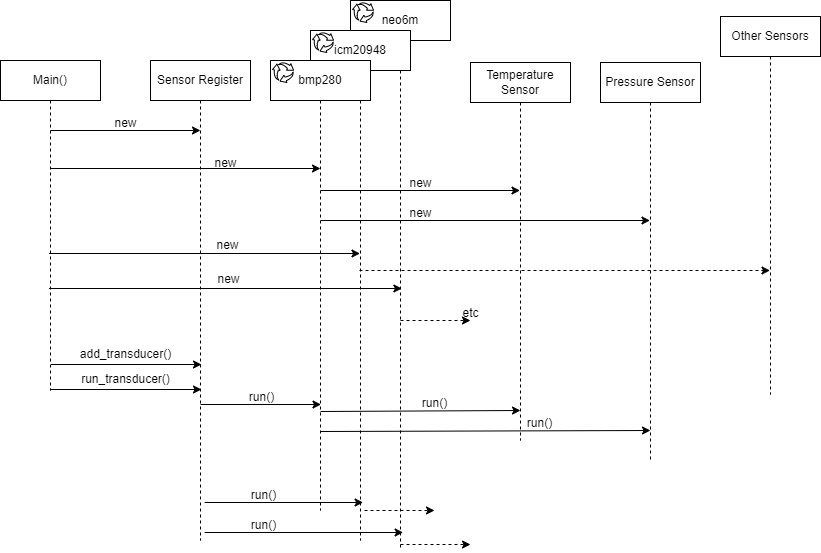
Before: slap/docs/report/technicalSolution/sensorRegisterSequence.drawio.png, a diagram exported from draw.io (SailoBam/slap). Source tidied: cells renumbered, new cells last; positions are measured from the earlier drawing's top-left corner, leaving out a move shared by most shapes.
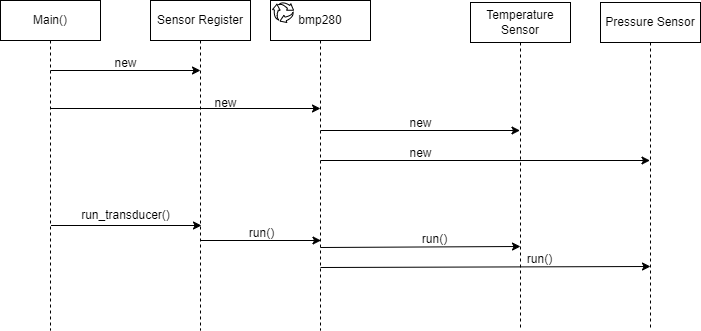
Above is the later version.

Change to the diagram source:
```diff
@@ -2,17 +2,11 @@
   <root>
     <mxCell id="0" />
     <mxCell id="1" parent="0" />
-    <mxCell id="2" value="neo6m" style="shape=umlLifeline;perimeter=lifelinePerimeter;whiteSpace=wrap;html=1;newEdgeStyle={&quot;curved&quot;:0,&quot;rounded&quot;:0};" parent="1" vertex="1">
-      <mxGeometry x="350" width="100" height="550" as="geometry" />
-    </mxCell>
-    <mxCell id="3" value="icm20948" style="shape=umlLifeline;perimeter=lifelinePerimeter;whiteSpace=wrap;html=1;outlineConnect=0;portConstraint=eastwest;newEdgeStyle={&quot;curved&quot;:0,&quot;rounded&quot;:0};" parent="1" vertex="1">
-      <mxGeometry x="310" y="30" width="100" height="510" as="geometry" />
-    </mxCell>
     <mxCell id="4" value="Main()&lt;span style=&quot;font-family: monospace; font-size: 0px; text-align: start; text-wrap-mode: nowrap;&quot;&gt;%3CmxGraphModel%3E%3Croot%3E%3CmxCell%20id%3D%220%22%2F%3E%3CmxCell%20id%3D%221%22%20parent%3D%220%22%2F%3E%3CmxCell%20id%3D%222%22%20value%3D%22Boat%20%2F%20BoatSIm%22%20style%3D%22shape%3DumlLifeline%3Bperimeter%3DlifelinePerimeter%3BwhiteSpace%3Dwrap%3Bhtml%3D1%3Bcontainer%3D1%3BdropTarget%3D0%3Bcollapsible%3D0%3BrecursiveResize%3D0%3BoutlineConnect%3D0%3BportConstraint%3Deastwest%3BnewEdgeStyle%3D%7B%26quot%3Bcurved%26quot%3B%3A0%2C%26quot%3Brounded%26quot%3B%3A0%7D%3B%22%20vertex%3D%221%22%20parent%3D%221%22%3E%3CmxGeometry%20x%3D%22110%22%20y%3D%2230%22%20width%3D%22100%22%20height%3D%22300%22%20as%3D%22geometry%22%2F%3E%3C%2FmxCell%3E%3C%2Froot%3E%3C%2FmxGraphModel%3E&lt;/span&gt;" style="shape=umlLifeline;perimeter=lifelinePerimeter;whiteSpace=wrap;html=1;outlineConnect=0;portConstraint=eastwest;newEdgeStyle={&quot;curved&quot;:0,&quot;rounded&quot;:0};" parent="1" vertex="1">
       <mxGeometry y="60" width="100" height="330" as="geometry" />
     </mxCell>
     <mxCell id="5" value="Sensor Register" style="shape=umlLifeline;perimeter=lifelinePerimeter;whiteSpace=wrap;html=1;newEdgeStyle={&quot;curved&quot;:0,&quot;rounded&quot;:0};" parent="1" vertex="1">
-      <mxGeometry x="150" y="60" width="100" height="480" as="geometry" />
+      <mxGeometry x="150" y="60" width="100" height="330" as="geometry" />
     </mxCell>
     <mxCell id="6" style="endArrow=classic;html=1;" parent="1" edge="1">
       <mxGeometry relative="1" as="geometry">
@@ -24,7 +18,7 @@
       <mxGeometry x="100" y="108" width="50" height="30" as="geometry" />
     </mxCell>
     <mxCell id="8" value="bmp280" style="shape=umlLifeline;perimeter=lifelinePerimeter;whiteSpace=wrap;html=1;newEdgeStyle={&quot;curved&quot;:0,&quot;rounded&quot;:0};" parent="1" vertex="1">
-      <mxGeometry x="270" y="60" width="100" height="450" as="geometry" />
+      <mxGeometry x="270" y="60" width="100" height="330" as="geometry" />
     </mxCell>
     <mxCell id="9" style="endArrow=classic;html=1;" parent="1" edge="1" source="4">
       <mxGeometry relative="1" as="geometry">
@@ -34,82 +28,32 @@
     <mxCell id="10" value="new" style="text;html=1;align=center;verticalAlign=middle;strokeColor=none;fillColor=none;" parent="1" vertex="1">
       <mxGeometry x="200" y="148" width="50" height="30" as="geometry" />
     </mxCell>
-    <mxCell id="11" style="endArrow=classic;html=1;" parent="1" edge="1" target="3">
-      <mxGeometry relative="1" as="geometry">
-        <mxPoint x="48.6" y="253" as="sourcePoint" />
-      </mxGeometry>
-    </mxCell>
-    <mxCell id="12" style="endArrow=classic;html=1;" parent="1" edge="1">
-      <mxGeometry relative="1" as="geometry">
-        <mxPoint x="48.6" y="288" as="sourcePoint" />
-        <mxPoint x="401.4" y="288" as="targetPoint" />
-      </mxGeometry>
-    </mxCell>
-    <mxCell id="13" value="new" style="text;html=1;align=center;verticalAlign=middle;strokeColor=none;fillColor=none;" parent="1" vertex="1">
-      <mxGeometry x="201.6" y="230" width="50" height="30" as="geometry" />
-    </mxCell>
-    <mxCell id="14" value="new" style="text;html=1;align=center;verticalAlign=middle;strokeColor=none;fillColor=none;" parent="1" vertex="1">
-      <mxGeometry x="202.6" y="264" width="50" height="30" as="geometry" />
-    </mxCell>
-    <mxCell id="15" style="endArrow=classic;html=1;" parent="1" edge="1">
-      <mxGeometry relative="1" as="geometry">
-        <mxPoint x="50.5" y="364" as="sourcePoint" />
-        <mxPoint x="201" y="364" as="targetPoint" />
-      </mxGeometry>
-    </mxCell>
-    <mxCell id="16" value="add_transducer()" style="text;html=1;align=center;verticalAlign=middle;strokeColor=none;fillColor=none;" parent="1" vertex="1">
-      <mxGeometry x="70" y="339" width="110" height="30" as="geometry" />
-    </mxCell>
     <mxCell id="17" style="endArrow=classic;html=1;" parent="1" edge="1">
       <mxGeometry relative="1" as="geometry">
-        <mxPoint x="50.5" y="389" as="sourcePoint" />
-        <mxPoint x="201" y="389" as="targetPoint" />
+        <mxPoint x="50.5" y="285" as="sourcePoint" />
+        <mxPoint x="201" y="285" as="targetPoint" />
       </mxGeometry>
     </mxCell>
     <mxCell id="18" value="run_transducer()" style="text;html=1;align=center;verticalAlign=middle;strokeColor=none;fillColor=none;" parent="1" vertex="1">
-      <mxGeometry x="70" y="364" width="110" height="30" as="geometry" />
+      <mxGeometry x="70" y="260" width="110" height="30" as="geometry" />
     </mxCell>
     <mxCell id="19" style="endArrow=classic;html=1;" parent="1" edge="1">
       <mxGeometry relative="1" as="geometry">
-        <mxPoint x="200" y="404" as="sourcePoint" />
-        <mxPoint x="320.5" y="404" as="targetPoint" />
+        <mxPoint x="200" y="300" as="sourcePoint" />
+        <mxPoint x="320.5" y="300" as="targetPoint" />
       </mxGeometry>
     </mxCell>
-    <mxCell id="20" style="endArrow=classic;html=1;" parent="1" edge="1">
-      <mxGeometry relative="1" as="geometry">
-        <mxPoint x="204.1" y="502" as="sourcePoint" />
-        <mxPoint x="362.6" y="502" as="targetPoint" />
-      </mxGeometry>
-    </mxCell>
-    <mxCell id="21" style="endArrow=classic;html=1;" parent="1" edge="1">
-      <mxGeometry relative="1" as="geometry">
-        <mxPoint x="204.1" y="532" as="sourcePoint" />
-        <mxPoint x="402.6" y="532" as="targetPoint" />
-      </mxGeometry>
-    </mxCell>
     <mxCell id="22" value="run()" style="text;html=1;align=center;verticalAlign=middle;strokeColor=none;fillColor=none;" parent="1" vertex="1">
-      <mxGeometry x="235.5" y="382" width="50" height="30" as="geometry" />
+      <mxGeometry x="235.5" y="278" width="50" height="30" as="geometry" />
     </mxCell>
-    <mxCell id="23" value="run()" style="text;html=1;align=center;verticalAlign=middle;strokeColor=none;fillColor=none;" parent="1" vertex="1">
-      <mxGeometry x="238.1" y="480" width="50" height="30" as="geometry" />
-    </mxCell>
-    <mxCell id="24" value="run()" style="text;html=1;align=center;verticalAlign=middle;strokeColor=none;fillColor=none;" parent="1" vertex="1">
-      <mxGeometry x="238.1" y="510" width="50" height="30" as="geometry" />
-    </mxCell>
     <mxCell id="25" style="sketch=0;html=1;shadow=0;verticalAlign=top;labelPosition=center;verticalLabelPosition=bottom;shape=mxgraph.gcp2.arrow_cycle;" parent="1" vertex="1">
       <mxGeometry x="272" y="62" width="21.1" height="20" as="geometry" />
     </mxCell>
-    <mxCell id="26" style="sketch=0;html=1;shadow=0;verticalAlign=top;labelPosition=center;verticalLabelPosition=bottom;shape=mxgraph.gcp2.arrow_cycle;" parent="1" vertex="1">
-      <mxGeometry x="312" y="32" width="21.1" height="20" as="geometry" />
-    </mxCell>
-    <mxCell id="27" style="sketch=0;html=1;shadow=0;verticalAlign=top;labelPosition=center;verticalLabelPosition=bottom;shape=mxgraph.gcp2.arrow_cycle;" parent="1" vertex="1">
-      <mxGeometry x="352" y="2" width="21.1" height="20" as="geometry" />
-    </mxCell>
     <mxCell id="28" value="Temperature Sensor" style="shape=umlLifeline;perimeter=lifelinePerimeter;whiteSpace=wrap;html=1;outlineConnect=0;portConstraint=eastwest;newEdgeStyle={&quot;curved&quot;:0,&quot;rounded&quot;:0};" parent="1" vertex="1">
-      <mxGeometry x="470" y="62" width="100" height="378" as="geometry" />
+      <mxGeometry x="470" y="62" width="100" height="328" as="geometry" />
     </mxCell>
     <mxCell id="29" value="Pressure Sensor" style="shape=umlLifeline;perimeter=lifelinePerimeter;whiteSpace=wrap;html=1;outlineConnect=0;portConstraint=eastwest;newEdgeStyle={&quot;curved&quot;:0,&quot;rounded&quot;:0};" parent="1" vertex="1">
-      <mxGeometry x="600" y="62" width="100" height="398" as="geometry" />
+      <mxGeometry x="600" y="62" width="100" height="328" as="geometry" />
     </mxCell>
     <mxCell id="30" style="edgeStyle=none;jettySize=auto;html=1;" parent="1" edge="1" target="28">
       <mxGeometry relative="1" as="geometry">
@@ -129,50 +73,21 @@
     </mxCell>
     <mxCell id="34" style="edgeStyle=none;orthogonalLoop=1;jettySize=auto;html=1;" parent="1" edge="1">
       <mxGeometry relative="1" as="geometry">
-        <mxPoint x="320" y="411" as="sourcePoint" />
-        <mxPoint x="520" y="410" as="targetPoint" />
+        <mxPoint x="320" y="307" as="sourcePoint" />
+        <mxPoint x="520" y="306" as="targetPoint" />
       </mxGeometry>
     </mxCell>
     <mxCell id="35" style="edgeStyle=none;orthogonalLoop=1;jettySize=auto;html=1;" parent="1" edge="1">
       <mxGeometry relative="1" as="geometry">
-        <mxPoint x="320" y="431" as="sourcePoint" />
-        <mxPoint x="650" y="430" as="targetPoint" />
+        <mxPoint x="320" y="327" as="sourcePoint" />
+        <mxPoint x="650" y="326" as="targetPoint" />
       </mxGeometry>
     </mxCell>
     <mxCell id="36" value="run()" style="text;html=1;align=center;verticalAlign=middle;strokeColor=none;fillColor=none;" parent="1" vertex="1">
-      <mxGeometry x="409" y="388" width="50" height="30" as="geometry" />
+      <mxGeometry x="409" y="284" width="50" height="30" as="geometry" />
     </mxCell>
     <mxCell id="37" value="run()" style="text;html=1;align=center;verticalAlign=middle;strokeColor=none;fillColor=none;" parent="1" vertex="1">
-      <mxGeometry x="514" y="408" width="50" height="30" as="geometry" />
+      <mxGeometry x="514" y="304" width="50" height="30" as="geometry" />
     </mxCell>
-    <mxCell id="38" style="edgeStyle=none;jettySize=auto;html=1;dashed=1;" parent="1" edge="1" target="42">
-      <mxGeometry relative="1" as="geometry">
-        <mxPoint x="359" y="270" as="sourcePoint" />
-      </mxGeometry>
-    </mxCell>
-    <mxCell id="39" style="edgeStyle=none;orthogonalLoop=1;jettySize=auto;html=1;dashed=1;" parent="1" edge="1">
-      <mxGeometry relative="1" as="geometry">
-        <mxPoint x="400" y="544" as="sourcePoint" />
-        <mxPoint x="470" y="544" as="targetPoint" />
-      </mxGeometry>
-    </mxCell>
-    <mxCell id="40" style="edgeStyle=none;orthogonalLoop=1;jettySize=auto;html=1;dashed=1;" parent="1" edge="1">
-      <mxGeometry relative="1" as="geometry">
-        <mxPoint x="400" y="320" as="sourcePoint" />
-        <mxPoint x="470" y="320" as="targetPoint" />
-      </mxGeometry>
-    </mxCell>
-    <mxCell id="41" style="edgeStyle=none;orthogonalLoop=1;jettySize=auto;html=1;dashed=1;" parent="1" edge="1">
-      <mxGeometry relative="1" as="geometry">
-        <mxPoint x="364" y="510" as="sourcePoint" />
-        <mxPoint x="434" y="510" as="targetPoint" />
-      </mxGeometry>
-    </mxCell>
-    <mxCell id="42" value="Other Sensors" style="shape=umlLifeline;perimeter=lifelinePerimeter;whiteSpace=wrap;html=1;outlineConnect=0;portConstraint=eastwest;newEdgeStyle={&quot;curved&quot;:0,&quot;rounded&quot;:0};" parent="1" vertex="1">
-      <mxGeometry x="720" y="16" width="100" height="378" as="geometry" />
-    </mxCell>
-    <mxCell id="43" value="etc" style="text;html=1;align=center;verticalAlign=middle;strokeColor=none;fillColor=none;" parent="1" vertex="1">
-      <mxGeometry x="450" y="298" width="40" height="30" as="geometry" />
-    </mxCell>
   </root>
 </mxGraphModel>
```
